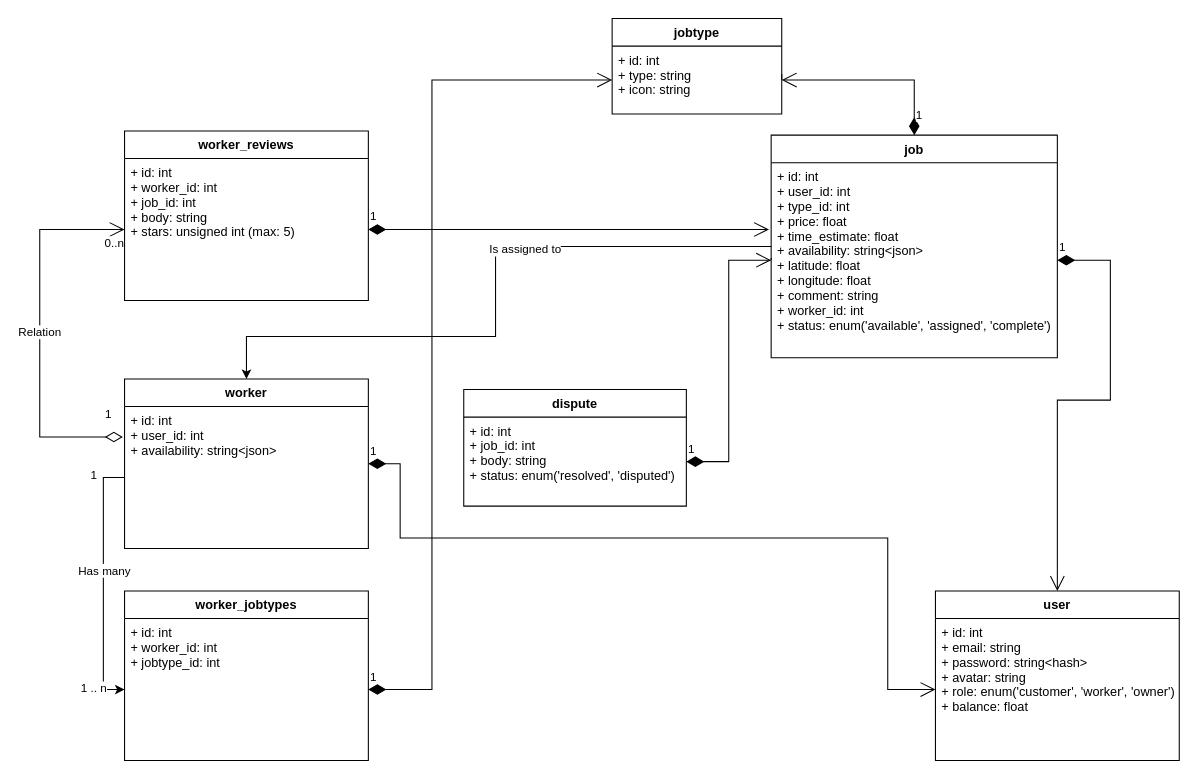
This is Docs/draw-io/database-uml-class-diagram.drawio from Simponic/JobFindr, a draw.io file, before an edit. Source tidied: cells renumbered, new cells numbered last; positions are measured from the earlier drawing's top-left corner, leaving out a move shared by most shapes. Both pictures are drawn from the tidied source at 106%, with x=0, y=0 at pixel (39, 18).
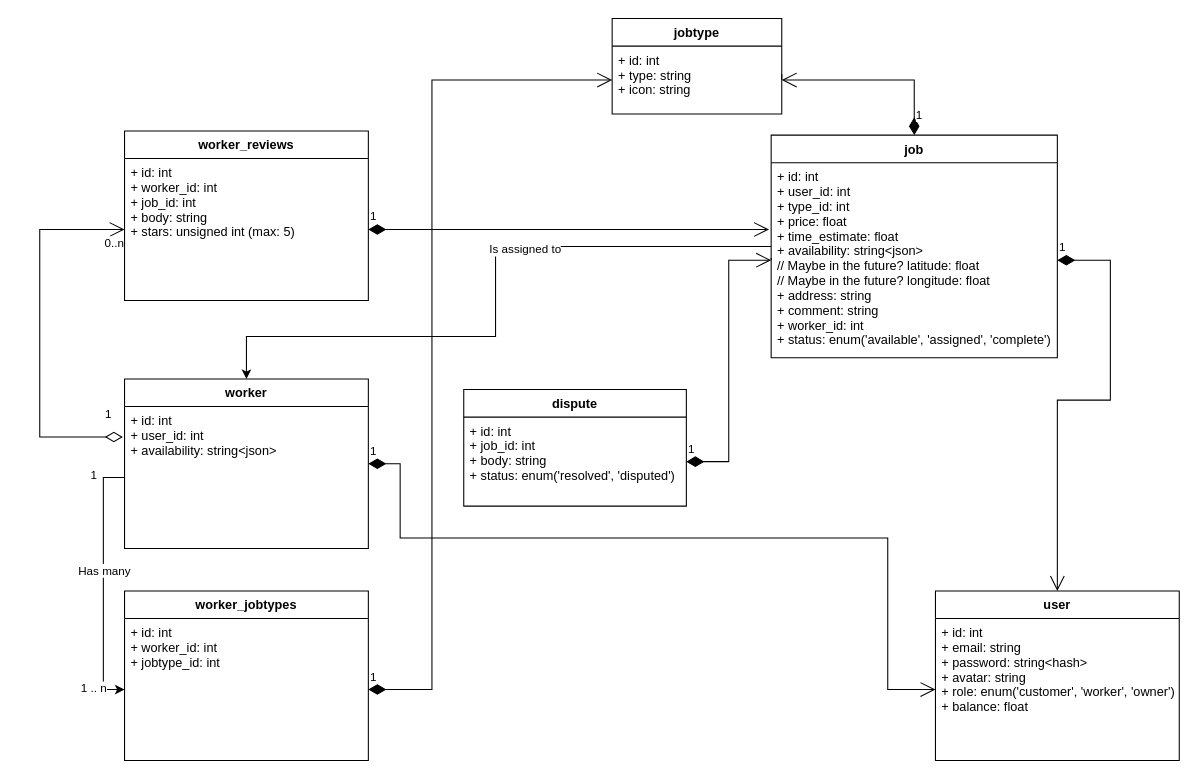
The same page after the edit.

Commit message:
Weird git history issue with 'Docs' vs 'docs'

Unchanged cells that the change refers to:
```xml
<mxCell id="8" value="job" style="swimlane;fontStyle=1;align=center;verticalAlign=top;horizontal=1;startSize=26;" parent="1" vertex="1">
  <mxGeometry x="690" y="110" width="270" height="210" as="geometry" />
</mxCell>
<mxCell id="13" value="+ id: int&#10;+ user_id: int&#10;+ availability: string&lt;json&gt;&#10;" style="text;strokeColor=none;fillColor=none;align=left;verticalAlign=top;spacingLeft=4;spacingRight=4;overflow=hidden;points=[[0,0.5],[1,0.5]];portConstraint=eastwest;" parent="12" vertex="1">
  <mxGeometry y="26" width="230" height="134" as="geometry" />
</mxCell>
<mxCell id="17" value="+ id: int&#10;+ worker_id: int&#10;+ job_id: int&#10;+ body: string&#10;+ stars: unsigned int (max: 5)&#10;&#10;" style="text;strokeColor=none;fillColor=none;align=left;verticalAlign=top;spacingLeft=4;spacingRight=4;overflow=hidden;points=[[0,0.5],[1,0.5]];portConstraint=eastwest;" parent="16" vertex="1">
  <mxGeometry y="26" width="230" height="134" as="geometry" />
</mxCell>
```

Diff of the diagram source:
```diff
@@
-    <mxCell id="9" value="+ id: int&#10;+ user_id: int&#10;+ type_id: int&#10;+ price: float&#10;+ time_estimate: float&#10;+ availability: string&lt;json&gt;&#10;+ latitude: float&#10;+ longitude: float&#10;+ comment: string&#10;+ worker_id: int&#10;+ status: enum('available', 'assigned', 'complete')&#10;" style="text;strokeColor=none;fillColor=none;align=left;verticalAlign=top;spacingLeft=4;spacingRight=4;overflow=hidden;points=[[0,0.5],[1,0.5]];portConstraint=eastwest;" parent="8" vertex="1">
+    <mxCell id="9" value="+ id: int&#10;+ user_id: int&#10;+ type_id: int&#10;+ price: float&#10;+ time_estimate: float&#10;+ availability: string&lt;json&gt;&#10;// Maybe in the future? latitude: float&#10;// Maybe in the future? longitude: float&#10;+ address: string&#10;+ comment: string&#10;+ worker_id: int&#10;+ status: enum('available', 'assigned', 'complete')&#10;" style="text;strokeColor=none;fillColor=none;align=left;verticalAlign=top;spacingLeft=4;spacingRight=4;overflow=hidden;points=[[0,0.5],[1,0.5]];portConstraint=eastwest;fontStyle=0;" parent="8" vertex="1">
       <mxGeometry y="26" width="270" height="184" as="geometry" />
     </mxCell>
@@
-    <mxCell id="28" value="Relation" style="endArrow=open;html=1;endSize=12;startArrow=diamondThin;startSize=14;startFill=0;edgeStyle=orthogonalEdgeStyle;rounded=0;entryX=0;entryY=0.5;entryDx=0;entryDy=0;exitX=-0.007;exitY=0.215;exitDx=0;exitDy=0;exitPerimeter=0;" parent="1" edge="1" source="13" target="17">
+    <mxCell id="28" style="endArrow=open;html=1;endSize=12;startArrow=diamondThin;startSize=14;startFill=0;edgeStyle=orthogonalEdgeStyle;rounded=0;entryX=0;entryY=0.5;entryDx=0;entryDy=0;exitX=-0.007;exitY=0.215;exitDx=0;exitDy=0;exitPerimeter=0;" parent="1" edge="1" source="13" target="17">
       <mxGeometry relative="1" as="geometry">
         <Array as="points">
           <mxPoint y="395" />
           <mxPoint y="199" />
         </Array>
       </mxGeometry>
     </mxCell>
```
